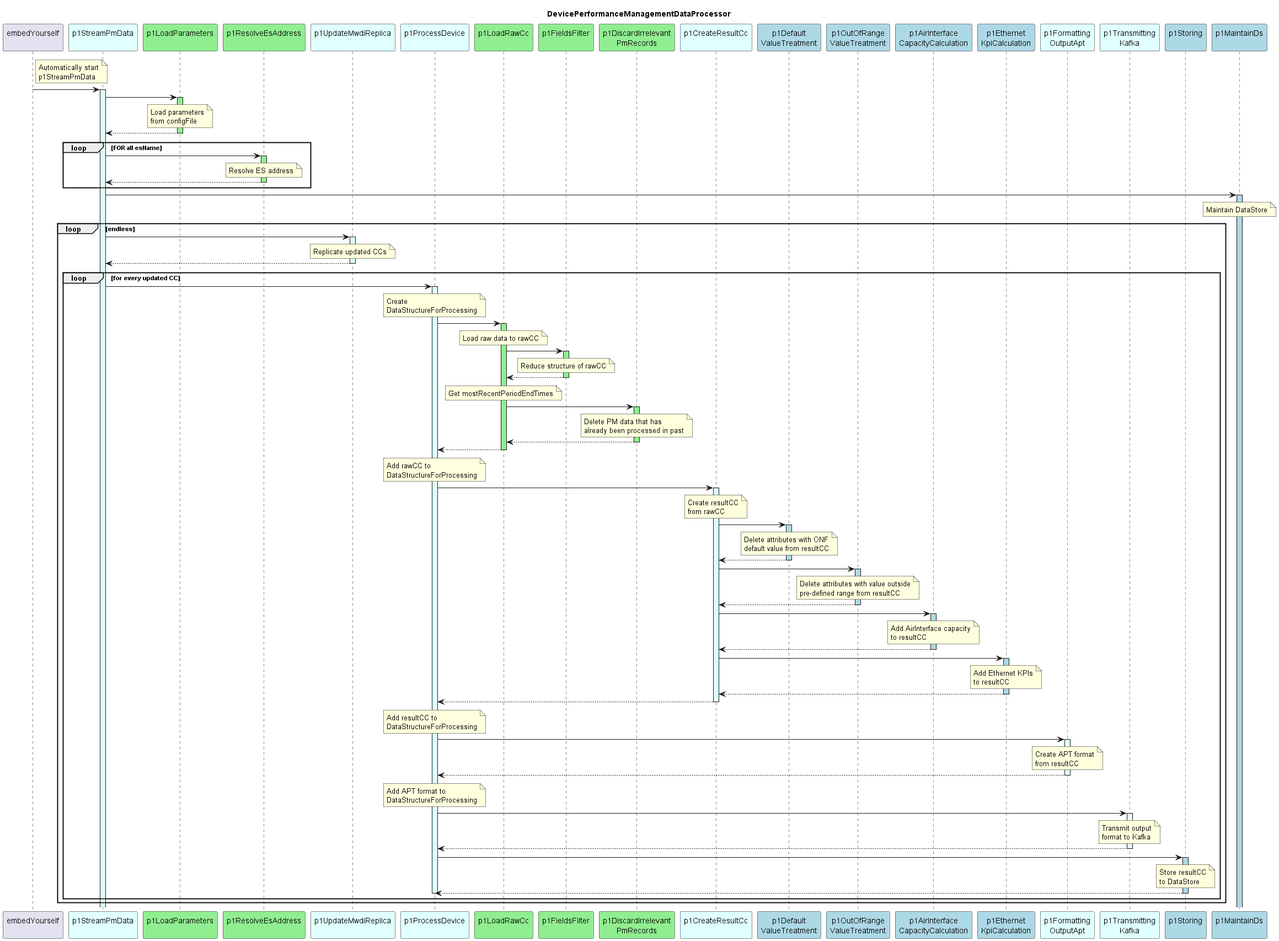
Before: spec/diagrams/hl_sequence.png, a diagram exported from PlantUML (openBackhaul/DevicePerformanceManagementDataProcessor).
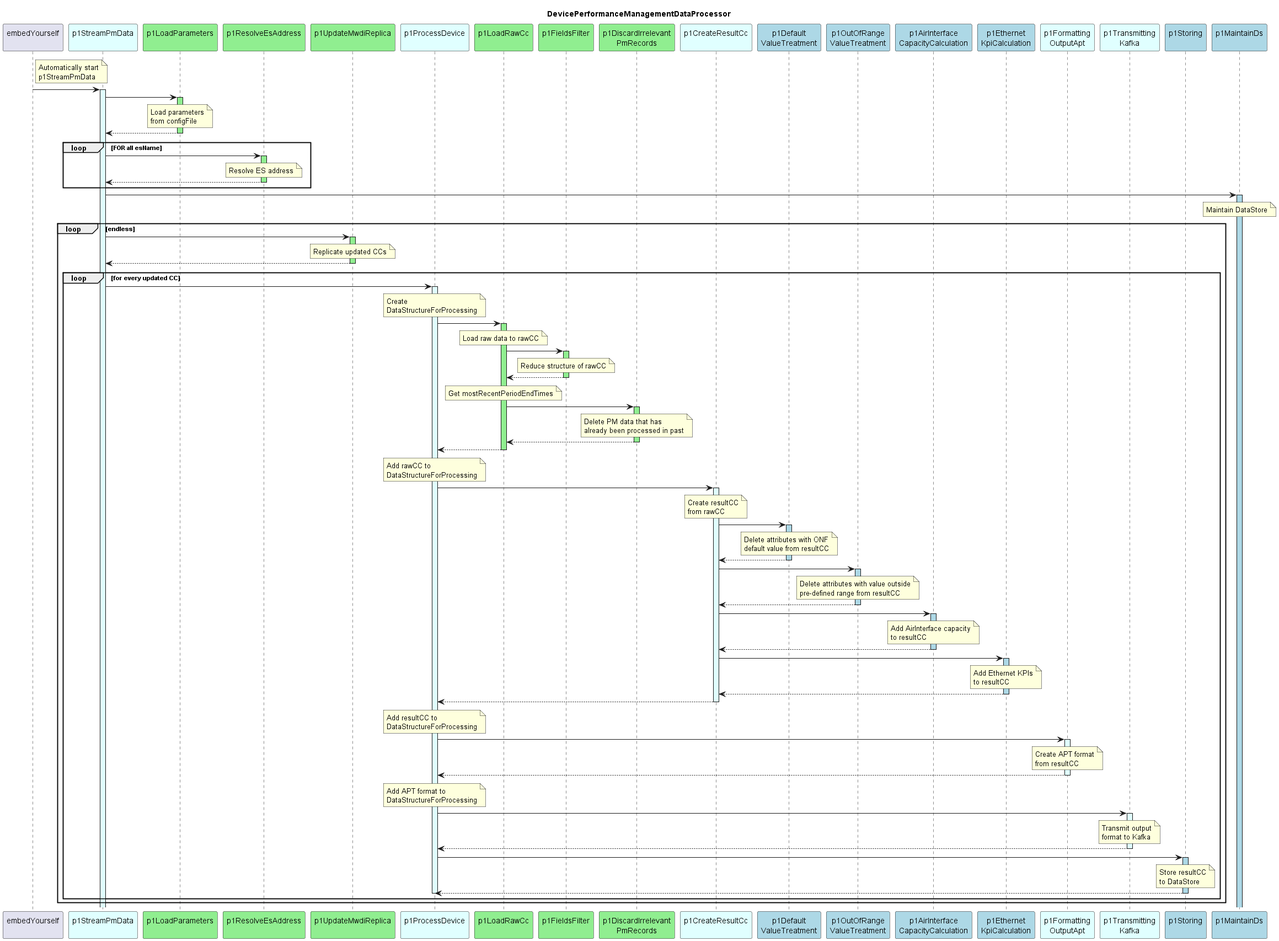
The same file after the commit.

Commit message:
update hl_sequence png diagram

The edit, as a diff of the source:
```diff
@@ -9,7 +9,7 @@
 participant "p1StreamPmData\n" as p1RMWDI #LightCyan
 participant "p1LoadParameters\n" as p1LoadParams #LightGreen
 participant "p1ResolveEsAddress\n" as p1REA #LightGreen
-participant "p1UpdateMwdiReplica\n" as p1UMR #LightCyan
+participant "p1UpdateMwdiReplica\n" as p1UMR #LightGreen
 
 participant "p1ProcessDevice\n" as p1ProcessPm #LightCyan
 
@@ -67,7 +67,7 @@
   Loop endless
 
     p1RMWDI -> p1UMR
-    activate p1UMR #LightCyan
+    activate p1UMR #LightGreen
       note over p1UMR
         Replicate updated CCs
       end note
```
